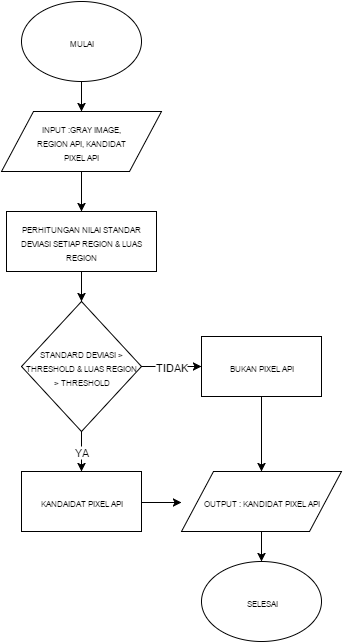
Before: source/variasi warna region.png, a diagram exported from draw.io (hamdimuzakkiy/bukuTA). Source tidied: cells renumbered, new cells last; positions are measured from the earlier drawing's top-left corner, leaving out a move shared by most shapes.
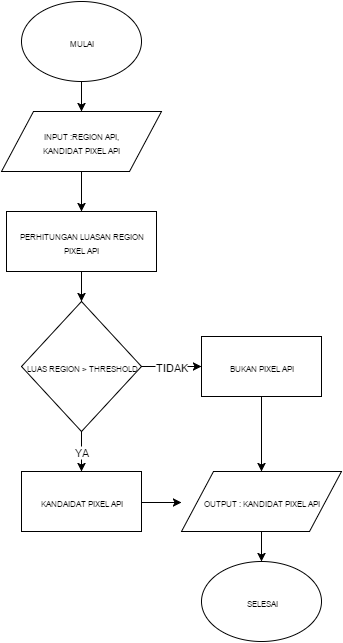
Above is the later version.

Diff of the diagram source:
```diff
@@ -11,13 +11,13 @@
     <mxCell id="4" style="endArrow=classic;html=1;exitX=0.5;exitY=1;entryX=0.5;entryY=0;" parent="1" edge="1" source="2" target="3">
       <mxGeometry relative="1" as="geometry" />
     </mxCell>
-    <mxCell id="5" value="&lt;font style=&quot;font-size: 8px&quot;&gt;PERHITUNGAN NILAI STANDAR DEVIASI SETIAP REGION &amp;amp; LUAS REGION&lt;/font&gt;" style="whiteSpace=wrap;html=1;" parent="1" vertex="1">
+    <mxCell id="5" value="&lt;font style=&quot;font-size: 8px&quot;&gt;PERHITUNGAN LUASAN REGION PIXEL API&lt;/font&gt;" style="whiteSpace=wrap;html=1;" parent="1" vertex="1">
       <mxGeometry x="5" y="210" width="150" height="60" as="geometry" />
     </mxCell>
     <mxCell id="6" style="endArrow=classic;html=1;exitX=0.5;exitY=1;entryX=0.5;entryY=0;" parent="1" edge="1" source="3" target="5">
       <mxGeometry relative="1" as="geometry" />
     </mxCell>
-    <mxCell id="7" value="&lt;font style=&quot;font-size: 8px&quot;&gt;STANDARD DEVIASI &amp;gt; THRESHOLD &amp;amp; LUAS REGION &amp;gt; THRESHOLD&lt;/font&gt;" style="rhombus;whiteSpace=wrap;html=1;" parent="1" vertex="1">
+    <mxCell id="7" value="&lt;font style=&quot;font-size: 8px&quot;&gt;LUAS REGION &amp;gt; THRESHOLD&lt;/font&gt;" style="rhombus;whiteSpace=wrap;html=1;" parent="1" vertex="1">
       <mxGeometry x="20" y="300" width="120" height="130" as="geometry" />
     </mxCell>
     <mxCell id="8" value="&lt;font style=&quot;font-size: 8px&quot;&gt;KANDAIDAT PIXEL API&lt;/font&gt;" style="whiteSpace=wrap;html=1;" parent="1" vertex="1">
@@ -56,7 +56,7 @@
     <mxCell id="18" style="endArrow=classic;html=1;exitX=0.5;exitY=1;entryX=0.5;entryY=0;" parent="1" edge="1" source="16" target="14">
       <mxGeometry relative="1" as="geometry" />
     </mxCell>
-    <mxCell id="19" value="&lt;span&gt;&lt;font style=&quot;font-size: 8px&quot;&gt;INPUT :GRAY IMAGE, REGION API, KANDIDAT PIXEL API&lt;/font&gt;&lt;/span&gt;" style="text;html=1;strokeColor=none;fillColor=none;align=center;verticalAlign=middle;whiteSpace=wrap;overflow=hidden;" parent="1" vertex="1">
+    <mxCell id="19" value="&lt;span&gt;&lt;font style=&quot;font-size: 8px&quot;&gt;INPUT :REGION API, KANDIDAT PIXEL API&lt;/font&gt;&lt;/span&gt;" style="text;html=1;strokeColor=none;fillColor=none;align=center;verticalAlign=middle;whiteSpace=wrap;overflow=hidden;" parent="1" vertex="1">
       <mxGeometry x="30" y="110" width="100" height="60" as="geometry" />
     </mxCell>
   </root>
```
